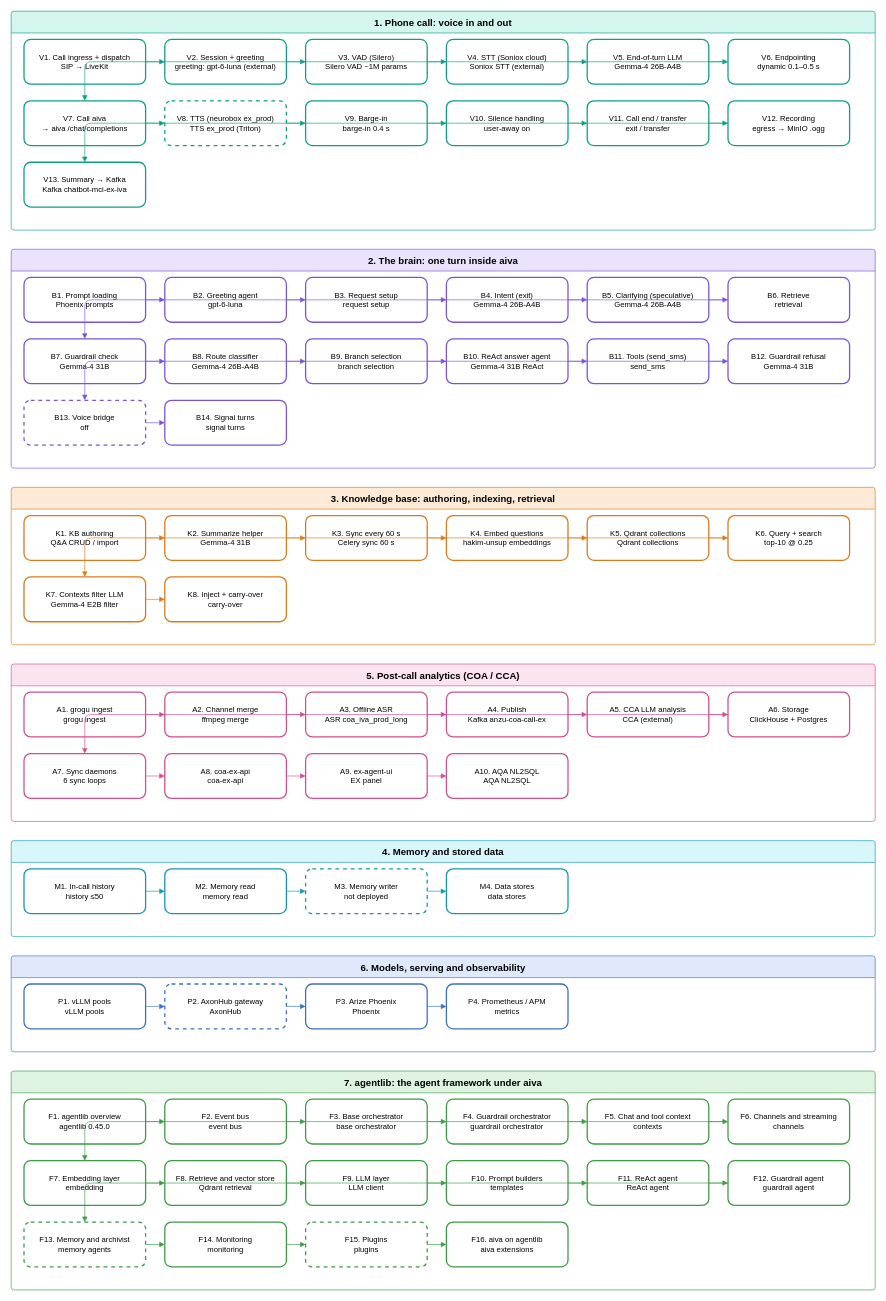
Earlier version of the draw.io diagram page "EX pipelines" (1 of 2) of hr-ex-phoenix/public/phoenix-pipelines.drawio (rzghorbani72/phoenix-docs). Source tidied: cells renumbered, new cells numbered last; positions are measured from the earlier drawing's top-left corner, leaving out a move shared by most shapes. Both pictures are drawn from the tidied source at 64%, with x=0, y=0 at pixel (11, 11).
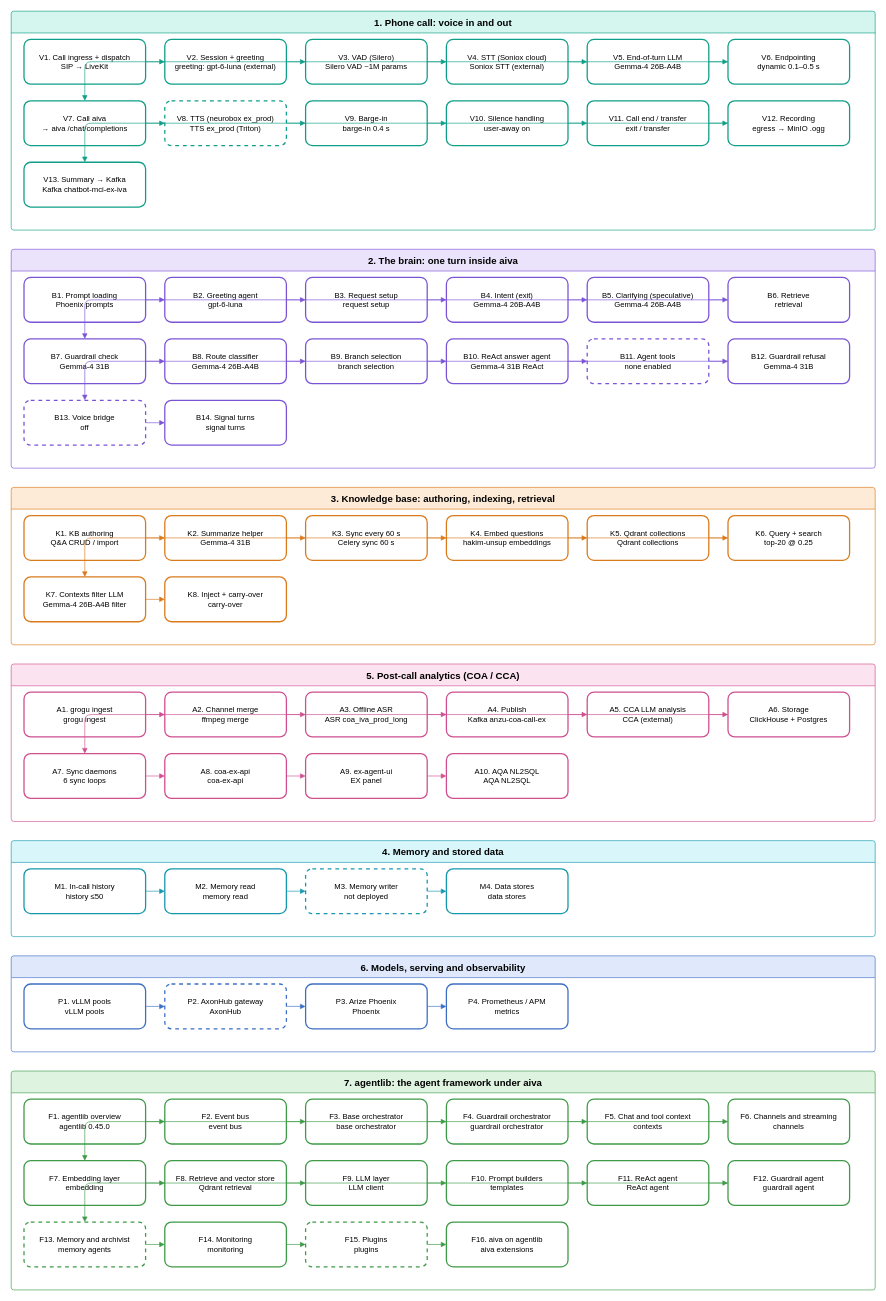
After the change.

The change refers to these unchanged cells:
```xml
<mxCell id="28" value="2. The brain: one turn inside aiva" style="swimlane;horizontal=1;startSize=34;fontStyle=1;fontSize=15;fillColor=#ebe3fc;strokeColor=#7b54d6;swimlaneFillColor=#ffffff;rounded=1;arcSize=4;" parent="1" vertex="1">
  <mxGeometry y="372" width="1350" height="342" as="geometry" />
</mxCell>
<mxCell id="56" value="3. Knowledge base: authoring, indexing, retrieval" style="swimlane;horizontal=1;startSize=34;fontStyle=1;fontSize=15;fillColor=#fdebd7;strokeColor=#d97a1c;swimlaneFillColor=#ffffff;rounded=1;arcSize=4;" parent="1" vertex="1">
  <mxGeometry y="744" width="1350" height="246" as="geometry" />
</mxCell>
```

Diff of the diagram source:
```diff
@@
-    <mxCell id="48" value="B11. Tools (send_sms)&#10;send_sms" style="rounded=1;whiteSpace=wrap;html=0;fillColor=#ffffff;strokeColor=#7b54d6;strokeWidth=2;fontSize=12;" parent="28" vertex="1">
+    <mxCell id="48" value="B11. Agent tools&#10;none enabled" style="rounded=1;whiteSpace=wrap;html=0;fillColor=#ffffff;strokeColor=#7b54d6;strokeWidth=2;fontSize=12;dashed=1;" parent="28" vertex="1">
       <mxGeometry x="900" y="140" width="190" height="70" as="geometry" />
     </mxCell>
@@
-    <mxCell id="66" value="K6. Query + search&#10;top-10 @ 0.25" style="rounded=1;whiteSpace=wrap;html=0;fillColor=#ffffff;strokeColor=#d97a1c;strokeWidth=2;fontSize=12;" parent="56" vertex="1">
+    <mxCell id="66" value="K6. Query + search&#10;top-20 @ 0.25" style="rounded=1;whiteSpace=wrap;html=0;fillColor=#ffffff;strokeColor=#d97a1c;strokeWidth=2;fontSize=12;" parent="56" vertex="1">
       <mxGeometry x="1120" y="44" width="190" height="70" as="geometry" />
     </mxCell>
@@
-    <mxCell id="68" value="K7. Contexts filter LLM&#10;Gemma-4 E2B filter" style="rounded=1;whiteSpace=wrap;html=0;fillColor=#ffffff;strokeColor=#d97a1c;strokeWidth=2;fontSize=12;" parent="56" vertex="1">
+    <mxCell id="68" value="K7. Contexts filter LLM&#10;Gemma-4 26B-A4B filter" style="rounded=1;whiteSpace=wrap;html=0;fillColor=#ffffff;strokeColor=#d97a1c;strokeWidth=2;fontSize=12;" parent="56" vertex="1">
       <mxGeometry x="20" y="140" width="190" height="70" as="geometry" />
     </mxCell>
```
